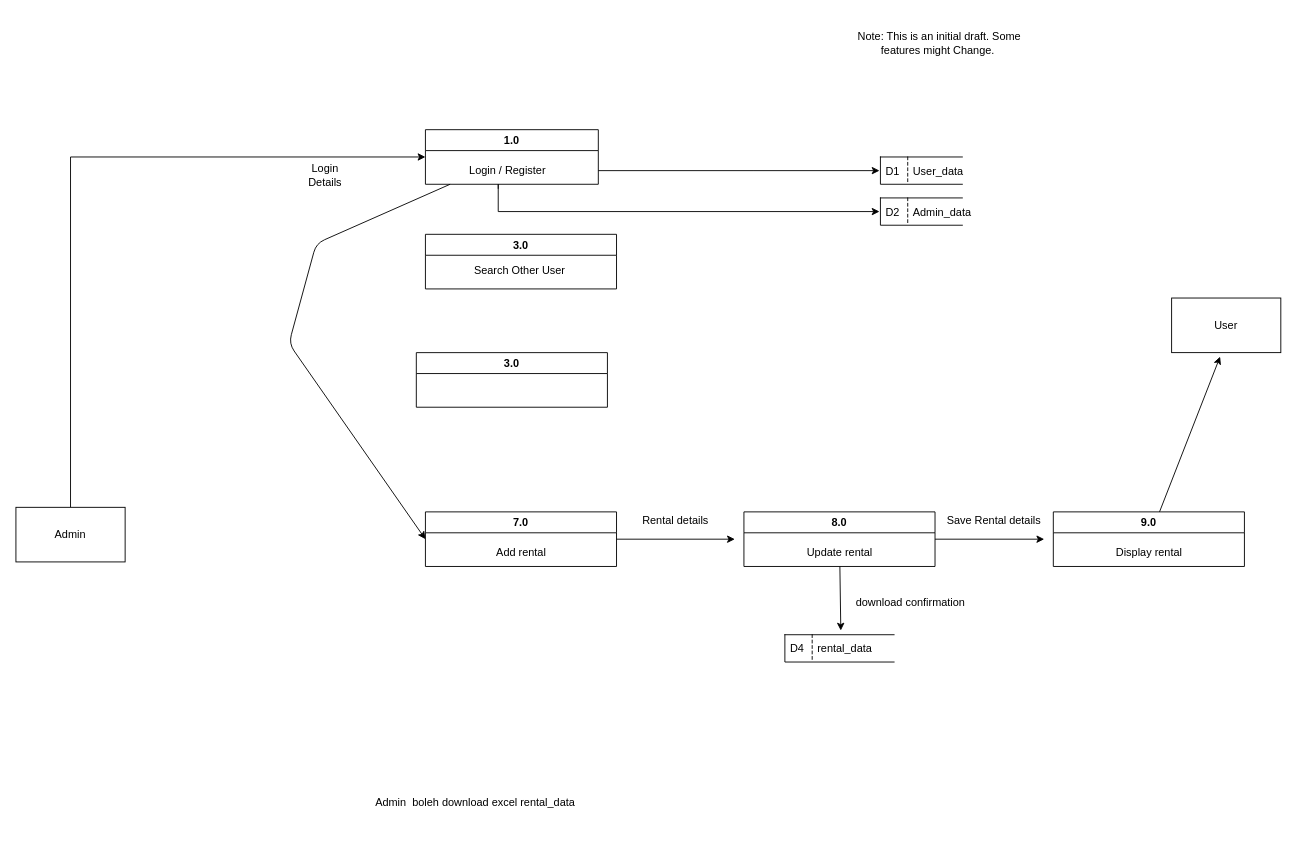
Above: DFD FYP/DFD FYP.drawio in SNOW15782/Fyp (draw.io), before the change. Source tidied: cells renumbered, new cells numbered last; positions are measured from the earlier drawing's top-left corner, leaving out a move shared by most shapes. Both pictures are drawn from the tidied source at 91%, with x=0, y=0 at pixel (15, 15).
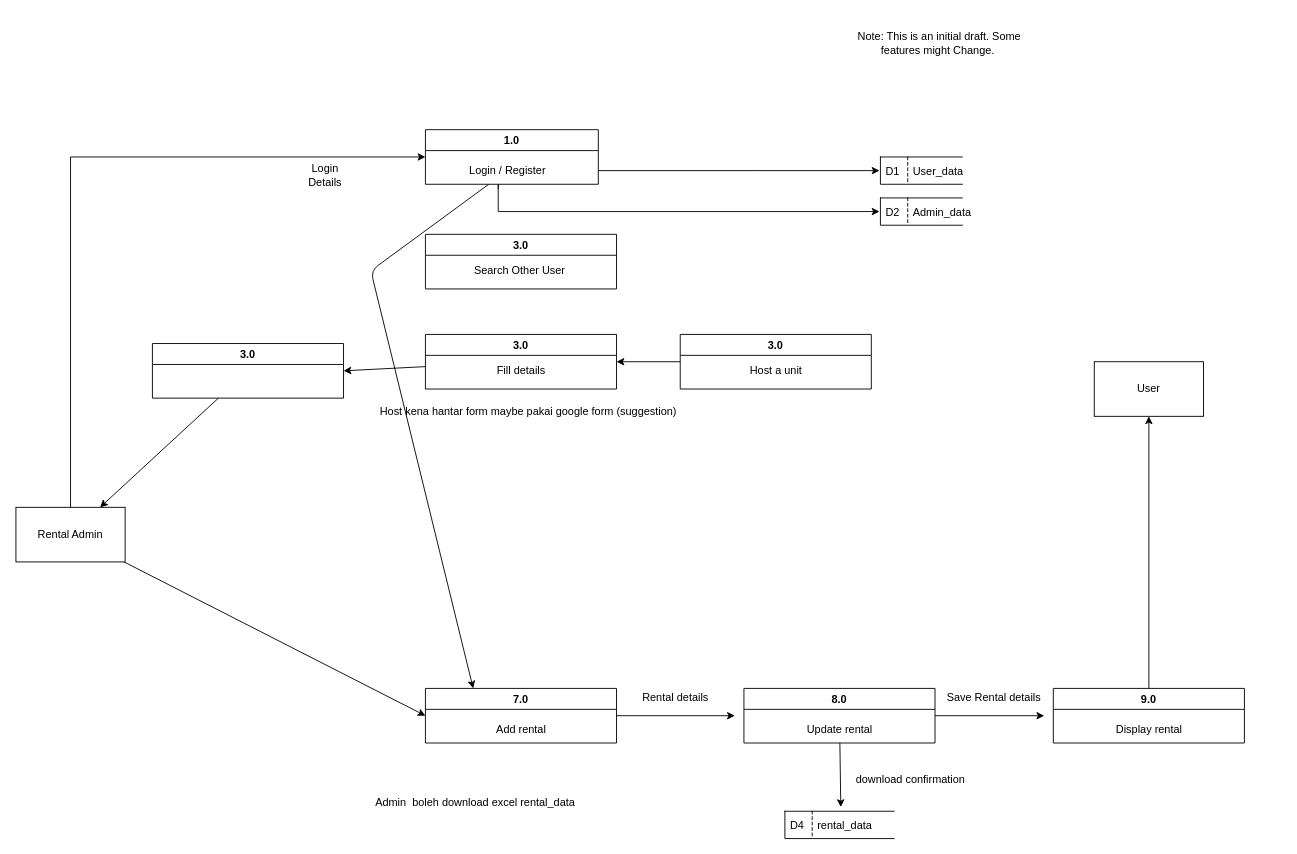
The same diagram, later.

Unchanged cells that the change refers to:
```xml
<mxCell id="5" value="1.0" style="swimlane;startSize=23;" parent="1" vertex="1">
  <mxGeometry x="450" y="125" width="190" height="60" as="geometry" />
</mxCell>
<mxCell id="6" value="Login / Register" style="text;html=1;align=center;verticalAlign=middle;points=[];strokeColor=none;fillColor=none;rotation=0;" parent="5" vertex="1">
  <mxGeometry x="35" y="30" width="110" height="30" as="geometry" />
</mxCell>
```

What changed in the source:
```diff
@@
+    <mxCell id="37" style="edgeStyle=none;html=1;entryX=0;entryY=0.5;entryDx=0;entryDy=0;" parent="1" edge="1" source="3" target="23">
+      <mxGeometry relative="1" as="geometry" />
+    </mxCell>
-    <mxCell id="3" value="Admin" style="rounded=0;whiteSpace=wrap;html=1;" parent="1" vertex="1">
+    <mxCell id="3" value="Rental Admin" style="rounded=0;whiteSpace=wrap;html=1;" parent="1" vertex="1">
       <mxGeometry y="540" width="120" height="60" as="geometry" />
     </mxCell>
-    <mxCell id="4" style="edgeStyle=none;html=1;entryX=0;entryY=0.5;entryDx=0;entryDy=0;" parent="1" edge="1" source="5" target="23">
-      <mxGeometry relative="1" as="geometry">
-        <Array as="points">
-          <mxPoint x="330" y="250" />
-          <mxPoint x="300" y="360" />
-        </Array>
-      </mxGeometry>
-    </mxCell>
@@
     <mxCell id="10" style="edgeStyle=none;html=1;" parent="1" edge="1" source="12">
       <mxGeometry relative="1" as="geometry">
-        <mxPoint x="1130" y="575" as="targetPoint" />
+        <mxPoint x="1130" y="769" as="targetPoint" />
       </mxGeometry>
     </mxCell>
@@
     <mxCell id="12" value="8.0" style="swimlane;startSize=23;" parent="1" vertex="1">
-      <mxGeometry x="800" y="545" width="210" height="60" as="geometry" />
+      <mxGeometry x="800" y="739" width="210" height="60" as="geometry" />
     </mxCell>
@@
+    <mxCell id="38" style="edgeStyle=none;html=1;" parent="1" edge="1" source="14" target="3">
+      <mxGeometry relative="1" as="geometry" />
+    </mxCell>
     <mxCell id="14" value="3.0" style="swimlane;startSize=23;" parent="1" vertex="1">
-      <mxGeometry x="440" y="370" width="210" height="60" as="geometry" />
+      <mxGeometry x="150" y="360" width="210" height="60" as="geometry" />
     </mxCell>
@@
     <mxCell id="22" style="edgeStyle=none;html=1;" parent="1" edge="1" source="23">
       <mxGeometry relative="1" as="geometry">
-        <mxPoint x="790" y="575" as="targetPoint" />
+        <mxPoint x="790" y="769" as="targetPoint" />
       </mxGeometry>
     </mxCell>
     <mxCell id="23" value="7.0" style="swimlane;startSize=23;" parent="1" vertex="1">
-      <mxGeometry x="450" y="545" width="210" height="60" as="geometry" />
+      <mxGeometry x="450" y="739" width="210" height="60" as="geometry" />
     </mxCell>
@@
-    <mxCell id="25" style="edgeStyle=none;html=1;entryX=0.444;entryY=1.074;entryDx=0;entryDy=0;entryPerimeter=0;" parent="1" edge="1" source="26" target="34">
-      <mxGeometry relative="1" as="geometry" />
-    </mxCell>
     <mxCell id="26" value="9.0" style="swimlane;startSize=23;" parent="1" vertex="1">
-      <mxGeometry x="1140" y="545" width="210" height="60" as="geometry" />
+      <mxGeometry x="1140" y="739" width="210" height="60" as="geometry" />
     </mxCell>
@@
     <mxCell id="28" value="rental_data" style="shape=partialRectangle;fillColor=none;align=left;verticalAlign=middle;strokeColor=default;spacingLeft=34;points=[[0,0.5],[1,0.5]];portConstraint=eastwest;strokeWidth=1;perimeterSpacing=1;right=0;" parent="1" vertex="1">
-      <mxGeometry x="845" y="680" width="120" height="30" as="geometry" />
+      <mxGeometry x="845" y="874" width="120" height="30" as="geometry" />
     </mxCell>
@@
     <mxCell id="32" value="Rental details" style="text;strokeColor=none;align=center;fillColor=none;html=1;verticalAlign=middle;whiteSpace=wrap;rounded=0;" parent="1" vertex="1">
-      <mxGeometry x="680" y="540" width="90" height="30" as="geometry" />
+      <mxGeometry x="680" y="734" width="90" height="30" as="geometry" />
     </mxCell>
     <mxCell id="33" value="Save Rental details" style="text;strokeColor=none;align=center;fillColor=none;html=1;verticalAlign=middle;whiteSpace=wrap;rounded=0;" parent="1" vertex="1">
-      <mxGeometry x="1020" y="540" width="110" height="30" as="geometry" />
+      <mxGeometry x="1020" y="734" width="110" height="30" as="geometry" />
     </mxCell>
     <mxCell id="34" value="User" style="rounded=0;whiteSpace=wrap;html=1;" parent="1" vertex="1">
-      <mxGeometry x="1270" y="310" width="120" height="60" as="geometry" />
+      <mxGeometry x="1185" y="380" width="120" height="60" as="geometry" />
     </mxCell>
@@
     <mxCell id="36" value="download confirmation&amp;nbsp;" style="text;strokeColor=none;align=center;fillColor=none;html=1;verticalAlign=middle;whiteSpace=wrap;rounded=0;" parent="1" vertex="1">
-      <mxGeometry x="910" y="630" width="150" height="30" as="geometry" />
+      <mxGeometry x="910" y="824" width="150" height="30" as="geometry" />
     </mxCell>
+    <mxCell id="39" style="edgeStyle=none;html=1;entryX=0.25;entryY=0;entryDx=0;entryDy=0;" parent="1" edge="1" source="6" target="23">
+      <mxGeometry relative="1" as="geometry">
+        <Array as="points">
+          <mxPoint x="390" y="280" />
+        </Array>
+      </mxGeometry>
+    </mxCell>
+    <mxCell id="25" style="edgeStyle=none;html=1;entryX=0.5;entryY=1;entryDx=0;entryDy=0;exitX=0.5;exitY=0;exitDx=0;exitDy=0;" parent="1" edge="1" source="26" target="34">
+      <mxGeometry relative="1" as="geometry" />
+    </mxCell>
+    <mxCell id="40" style="group;" parent="1" vertex="1">
+      <mxGeometry x="730" y="350" width="210" height="60" as="geometry" />
+    </mxCell>
+    <mxCell id="41" value="3.0" style="swimlane;startSize=23;" parent="40" vertex="1">
+      <mxGeometry width="210" height="60" as="geometry" />
+    </mxCell>
+    <mxCell id="42" value="Host a unit" style="text;html=1;align=center;verticalAlign=middle;strokeColor=none;fillColor=none;" parent="41" vertex="1">
+      <mxGeometry x="65" y="25" width="80" height="30" as="geometry" />
+    </mxCell>
+    <mxCell id="43" style="group;" parent="1" vertex="1">
+      <mxGeometry x="450" y="350" width="210" height="60" as="geometry" />
+    </mxCell>
+    <mxCell id="44" value="3.0" style="swimlane;startSize=23;" parent="43" vertex="1">
+      <mxGeometry width="210" height="60" as="geometry" />
+    </mxCell>
+    <mxCell id="45" value="Fill details" style="text;html=1;align=center;verticalAlign=middle;strokeColor=none;fillColor=none;" parent="44" vertex="1">
+      <mxGeometry x="65" y="25" width="80" height="30" as="geometry" />
+    </mxCell>
+    <mxCell id="46" style="edgeStyle=none;html=1;entryX=1;entryY=0.5;entryDx=0;entryDy=0;" parent="1" edge="1" source="44" target="14">
+      <mxGeometry relative="1" as="geometry" />
+    </mxCell>
+    <mxCell id="47" style="edgeStyle=none;html=1;entryX=1;entryY=0.5;entryDx=0;entryDy=0;" parent="1" edge="1" source="41" target="44">
+      <mxGeometry relative="1" as="geometry" />
+    </mxCell>
+    <mxCell id="48" value="Host kena hantar form maybe pakai google form (suggestion)&amp;nbsp;" style="text;strokeColor=none;align=center;fillColor=none;html=1;verticalAlign=middle;whiteSpace=wrap;rounded=0;" parent="1" vertex="1">
+      <mxGeometry x="360" y="420" width="410" height="30" as="geometry" />
+    </mxCell>
```
